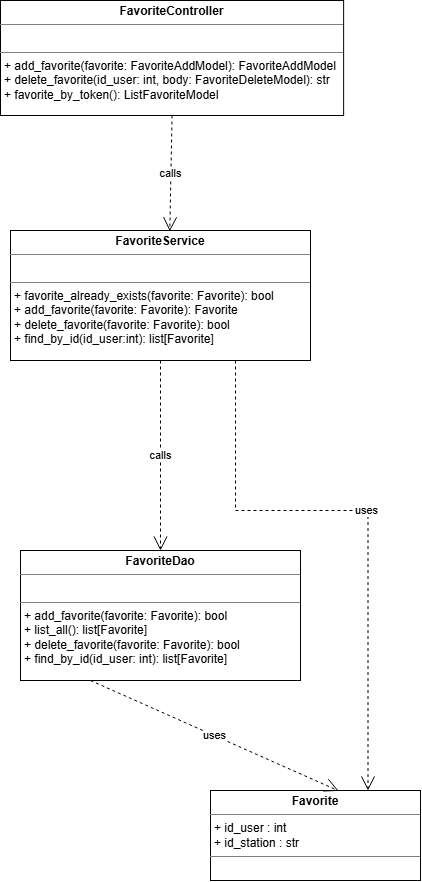
This is doc/rapport final/img/diag_classes_favorite.png from Eddboy-ensai/ensai-it-project-2a-team14, a draw.io export, as it was before one commit. Source tidied: cells renumbered, new cells last; positions are measured from the earlier drawing's top-left corner, leaving out a move shared by most shapes. Source of this version:
```xml
<mxGraphModel>
  <root>
    <mxCell id="0" />
    <mxCell id="1" parent="0" />
    <mxCell id="2" value="&lt;p style=&quot;margin:0px;margin-top:4px;text-align:center;&quot;&gt;&lt;b&gt;FavoriteController&lt;/b&gt;&lt;/p&gt;&lt;hr size=&quot;1&quot; style=&quot;border-style:solid;&quot;&gt;&lt;p style=&quot;margin:0px;margin-left:4px;&quot;&gt;&lt;br&gt;&lt;/p&gt;&lt;hr size=&quot;1&quot; style=&quot;border-style:solid;&quot;&gt;&lt;p style=&quot;margin:0px;margin-left:4px;&quot;&gt;+ add_favorite(favorite: FavoriteAddModel): FavoriteAddModel&lt;/p&gt;&lt;p style=&quot;margin:0px;margin-left:4px;&quot;&gt;+ delete_favorite(id_user: int, body: FavoriteDeleteModel): str&lt;/p&gt;&lt;p style=&quot;margin:0px;margin-left:4px;&quot;&gt;+ favorite_by_token(): ListFavoriteModel&lt;/p&gt;" style="verticalAlign=top;align=left;overflow=fill;html=1;whiteSpace=wrap;" parent="1" vertex="1">
      <mxGeometry width="343.1" height="115" as="geometry" />
    </mxCell>
    <mxCell id="3" value="&lt;p style=&quot;margin:0px;margin-top:4px;text-align:center;&quot;&gt;&lt;b&gt;FavoriteService&lt;/b&gt;&lt;/p&gt;&lt;hr size=&quot;1&quot; style=&quot;border-style:solid;&quot;&gt;&lt;p style=&quot;margin:0px;margin-left:4px;&quot;&gt;&lt;br&gt;&lt;/p&gt;&lt;hr size=&quot;1&quot; style=&quot;border-style:solid;&quot;&gt;&lt;p style=&quot;margin:0px;margin-left:4px;&quot;&gt;+ favorite_already_exists(favorite: Favorite): bool&lt;/p&gt;&lt;p style=&quot;margin:0px;margin-left:4px;&quot;&gt;+ add_favorite(favorite: Favorite): Favorite&lt;/p&gt;&lt;p style=&quot;margin:0px;margin-left:4px;&quot;&gt;+ delete_favorite(favorite: Favorite): bool&lt;/p&gt;&lt;p style=&quot;margin:0px;margin-left:4px;&quot;&gt;+ find_by_id(id_user:int): list[Favorite]&lt;/p&gt;" style="verticalAlign=top;align=left;overflow=fill;html=1;whiteSpace=wrap;" parent="1" vertex="1">
      <mxGeometry x="10" y="230" width="300" height="130" as="geometry" />
    </mxCell>
    <mxCell id="4" value="calls" style="endArrow=open;endSize=12;dashed=1;html=1;rounded=0;exitX=0.5;exitY=1;exitDx=0;exitDy=0;entryX=0.531;entryY=0.006;entryDx=0;entryDy=0;entryPerimeter=0;" parent="1" edge="1" source="2" target="3">
      <mxGeometry relative="1" as="geometry" />
    </mxCell>
    <mxCell id="5" value="&lt;p style=&quot;margin:0px;margin-top:4px;text-align:center;&quot;&gt;&lt;b&gt;Favorite&lt;/b&gt;&lt;/p&gt;&lt;hr size=&quot;1&quot; style=&quot;border-style:solid;&quot;&gt;&lt;p style=&quot;margin:0px;margin-left:4px;&quot;&gt;+ id_user : int&lt;/p&gt;&lt;p style=&quot;margin:0px;margin-left:4px;&quot;&gt;+ id_station : str&lt;br&gt;&lt;/p&gt;&lt;hr size=&quot;1&quot; style=&quot;border-style:solid;&quot;&gt;" style="verticalAlign=top;align=left;overflow=fill;html=1;whiteSpace=wrap;" parent="1" vertex="1">
      <mxGeometry x="210" y="790" width="210" height="90" as="geometry" />
    </mxCell>
    <mxCell id="6" value="uses" style="endArrow=open;endSize=12;dashed=1;html=1;rounded=0;entryX=0.75;entryY=0;entryDx=0;entryDy=0;exitX=0.75;exitY=1;exitDx=0;exitDy=0;" parent="1" edge="1" source="3" target="5">
      <mxGeometry relative="1" as="geometry">
        <Array as="points">
          <mxPoint x="235" y="510" />
          <mxPoint x="367.5" y="510" />
        </Array>
      </mxGeometry>
    </mxCell>
    <mxCell id="7" value="&lt;p style=&quot;margin:0px;margin-top:4px;text-align:center;&quot;&gt;&lt;b&gt;FavoriteDao&lt;/b&gt;&lt;/p&gt;&lt;hr size=&quot;1&quot; style=&quot;border-style:solid;&quot;&gt;&lt;p style=&quot;margin:0px;margin-left:4px;&quot;&gt;&lt;br&gt;&lt;/p&gt;&lt;hr size=&quot;1&quot; style=&quot;border-style:solid;&quot;&gt;&lt;p style=&quot;margin:0px;margin-left:4px;&quot;&gt;+ add_favorite(favorite: Favorite): bool&lt;/p&gt;&lt;p style=&quot;margin:0px;margin-left:4px;&quot;&gt;+ list_all(): list[Favorite]&lt;/p&gt;&lt;p style=&quot;margin:0px;margin-left:4px;&quot;&gt;+ delete_favorite(favorite: Favorite): bool&lt;/p&gt;&lt;p style=&quot;margin:0px;margin-left:4px;&quot;&gt;+ find_by_id(id_user: int): list[Favorite]&lt;/p&gt;" style="verticalAlign=top;align=left;overflow=fill;html=1;whiteSpace=wrap;" parent="1" vertex="1">
      <mxGeometry x="20" y="550" width="280" height="130" as="geometry" />
    </mxCell>
    <mxCell id="8" value="calls" style="endArrow=open;endSize=12;dashed=1;html=1;rounded=0;exitX=0.5;exitY=1;exitDx=0;exitDy=0;entryX=0.5;entryY=0;entryDx=0;entryDy=0;" parent="1" edge="1" source="3" target="7">
      <mxGeometry relative="1" as="geometry" />
    </mxCell>
    <mxCell id="9" value="uses" style="endArrow=open;endSize=12;dashed=1;html=1;rounded=0;exitX=0.25;exitY=1;exitDx=0;exitDy=0;entryX=0.61;entryY=0.004;entryDx=0;entryDy=0;entryPerimeter=0;" parent="1" edge="1" source="7" target="5">
      <mxGeometry relative="1" as="geometry" />
    </mxCell>
  </root>
</mxGraphModel>
```
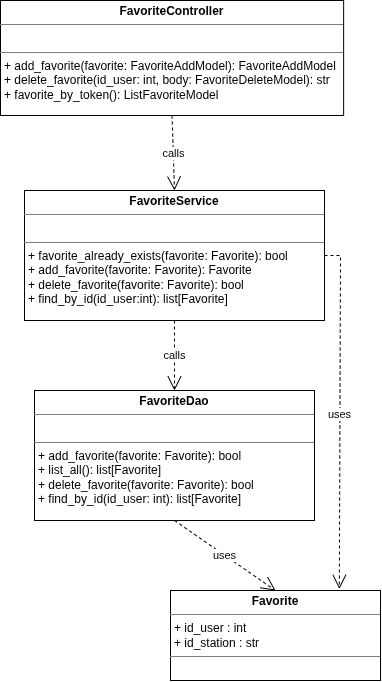
The same diagram one commit later.

Change to the diagram source:
```diff
@@ -3,32 +3,31 @@
     <mxCell id="0" />
     <mxCell id="1" parent="0" />
     <mxCell id="2" value="&lt;p style=&quot;margin:0px;margin-top:4px;text-align:center;&quot;&gt;&lt;b&gt;FavoriteController&lt;/b&gt;&lt;/p&gt;&lt;hr size=&quot;1&quot; style=&quot;border-style:solid;&quot;&gt;&lt;p style=&quot;margin:0px;margin-left:4px;&quot;&gt;&lt;br&gt;&lt;/p&gt;&lt;hr size=&quot;1&quot; style=&quot;border-style:solid;&quot;&gt;&lt;p style=&quot;margin:0px;margin-left:4px;&quot;&gt;+ add_favorite(favorite: FavoriteAddModel): FavoriteAddModel&lt;/p&gt;&lt;p style=&quot;margin:0px;margin-left:4px;&quot;&gt;+ delete_favorite(id_user: int, body: FavoriteDeleteModel): str&lt;/p&gt;&lt;p style=&quot;margin:0px;margin-left:4px;&quot;&gt;+ favorite_by_token(): ListFavoriteModel&lt;/p&gt;" style="verticalAlign=top;align=left;overflow=fill;html=1;whiteSpace=wrap;" parent="1" vertex="1">
-      <mxGeometry width="343.1" height="115" as="geometry" />
+      <mxGeometry x="10" y="-140" width="343.1" height="115" as="geometry" />
     </mxCell>
     <mxCell id="3" value="&lt;p style=&quot;margin:0px;margin-top:4px;text-align:center;&quot;&gt;&lt;b&gt;FavoriteService&lt;/b&gt;&lt;/p&gt;&lt;hr size=&quot;1&quot; style=&quot;border-style:solid;&quot;&gt;&lt;p style=&quot;margin:0px;margin-left:4px;&quot;&gt;&lt;br&gt;&lt;/p&gt;&lt;hr size=&quot;1&quot; style=&quot;border-style:solid;&quot;&gt;&lt;p style=&quot;margin:0px;margin-left:4px;&quot;&gt;+ favorite_already_exists(favorite: Favorite): bool&lt;/p&gt;&lt;p style=&quot;margin:0px;margin-left:4px;&quot;&gt;+ add_favorite(favorite: Favorite): Favorite&lt;/p&gt;&lt;p style=&quot;margin:0px;margin-left:4px;&quot;&gt;+ delete_favorite(favorite: Favorite): bool&lt;/p&gt;&lt;p style=&quot;margin:0px;margin-left:4px;&quot;&gt;+ find_by_id(id_user:int): list[Favorite]&lt;/p&gt;" style="verticalAlign=top;align=left;overflow=fill;html=1;whiteSpace=wrap;" parent="1" vertex="1">
-      <mxGeometry x="10" y="230" width="300" height="130" as="geometry" />
+      <mxGeometry x="34" y="50" width="300" height="130" as="geometry" />
     </mxCell>
-    <mxCell id="4" value="calls" style="endArrow=open;endSize=12;dashed=1;html=1;rounded=0;exitX=0.5;exitY=1;exitDx=0;exitDy=0;entryX=0.531;entryY=0.006;entryDx=0;entryDy=0;entryPerimeter=0;" parent="1" edge="1" source="2" target="3">
+    <mxCell id="4" value="calls" style="endArrow=open;endSize=12;dashed=1;html=1;rounded=0;exitX=0.5;exitY=1;exitDx=0;exitDy=0;entryX=0.5;entryY=0;entryDx=0;entryDy=0;" parent="1" edge="1" source="2" target="3">
       <mxGeometry relative="1" as="geometry" />
     </mxCell>
     <mxCell id="5" value="&lt;p style=&quot;margin:0px;margin-top:4px;text-align:center;&quot;&gt;&lt;b&gt;Favorite&lt;/b&gt;&lt;/p&gt;&lt;hr size=&quot;1&quot; style=&quot;border-style:solid;&quot;&gt;&lt;p style=&quot;margin:0px;margin-left:4px;&quot;&gt;+ id_user : int&lt;/p&gt;&lt;p style=&quot;margin:0px;margin-left:4px;&quot;&gt;+ id_station : str&lt;br&gt;&lt;/p&gt;&lt;hr size=&quot;1&quot; style=&quot;border-style:solid;&quot;&gt;" style="verticalAlign=top;align=left;overflow=fill;html=1;whiteSpace=wrap;" parent="1" vertex="1">
-      <mxGeometry x="210" y="790" width="210" height="90" as="geometry" />
+      <mxGeometry x="180" y="450" width="210" height="90" as="geometry" />
     </mxCell>
-    <mxCell id="6" value="uses" style="endArrow=open;endSize=12;dashed=1;html=1;rounded=0;entryX=0.75;entryY=0;entryDx=0;entryDy=0;exitX=0.75;exitY=1;exitDx=0;exitDy=0;" parent="1" edge="1" source="3" target="5">
+    <mxCell id="6" value="uses" style="endArrow=open;endSize=12;dashed=1;html=1;rounded=0;entryX=0.804;entryY=-0.017;entryDx=0;entryDy=0;exitX=1;exitY=0.5;exitDx=0;exitDy=0;entryPerimeter=0;" parent="1" edge="1" source="3" target="5">
       <mxGeometry relative="1" as="geometry">
         <Array as="points">
-          <mxPoint x="235" y="510" />
-          <mxPoint x="367.5" y="510" />
+          <mxPoint x="350" y="115" />
         </Array>
       </mxGeometry>
     </mxCell>
     <mxCell id="7" value="&lt;p style=&quot;margin:0px;margin-top:4px;text-align:center;&quot;&gt;&lt;b&gt;FavoriteDao&lt;/b&gt;&lt;/p&gt;&lt;hr size=&quot;1&quot; style=&quot;border-style:solid;&quot;&gt;&lt;p style=&quot;margin:0px;margin-left:4px;&quot;&gt;&lt;br&gt;&lt;/p&gt;&lt;hr size=&quot;1&quot; style=&quot;border-style:solid;&quot;&gt;&lt;p style=&quot;margin:0px;margin-left:4px;&quot;&gt;+ add_favorite(favorite: Favorite): bool&lt;/p&gt;&lt;p style=&quot;margin:0px;margin-left:4px;&quot;&gt;+ list_all(): list[Favorite]&lt;/p&gt;&lt;p style=&quot;margin:0px;margin-left:4px;&quot;&gt;+ delete_favorite(favorite: Favorite): bool&lt;/p&gt;&lt;p style=&quot;margin:0px;margin-left:4px;&quot;&gt;+ find_by_id(id_user: int): list[Favorite]&lt;/p&gt;" style="verticalAlign=top;align=left;overflow=fill;html=1;whiteSpace=wrap;" parent="1" vertex="1">
-      <mxGeometry x="20" y="550" width="280" height="130" as="geometry" />
+      <mxGeometry x="44" y="250" width="280" height="130" as="geometry" />
     </mxCell>
     <mxCell id="8" value="calls" style="endArrow=open;endSize=12;dashed=1;html=1;rounded=0;exitX=0.5;exitY=1;exitDx=0;exitDy=0;entryX=0.5;entryY=0;entryDx=0;entryDy=0;" parent="1" edge="1" source="3" target="7">
       <mxGeometry relative="1" as="geometry" />
     </mxCell>
-    <mxCell id="9" value="uses" style="endArrow=open;endSize=12;dashed=1;html=1;rounded=0;exitX=0.25;exitY=1;exitDx=0;exitDy=0;entryX=0.61;entryY=0.004;entryDx=0;entryDy=0;entryPerimeter=0;" parent="1" edge="1" source="7" target="5">
+    <mxCell id="9" value="uses" style="endArrow=open;endSize=12;dashed=1;html=1;rounded=0;exitX=0.5;exitY=1;exitDx=0;exitDy=0;entryX=0.5;entryY=0;entryDx=0;entryDy=0;" parent="1" edge="1" source="7" target="5">
       <mxGeometry relative="1" as="geometry" />
     </mxCell>
   </root>
```
